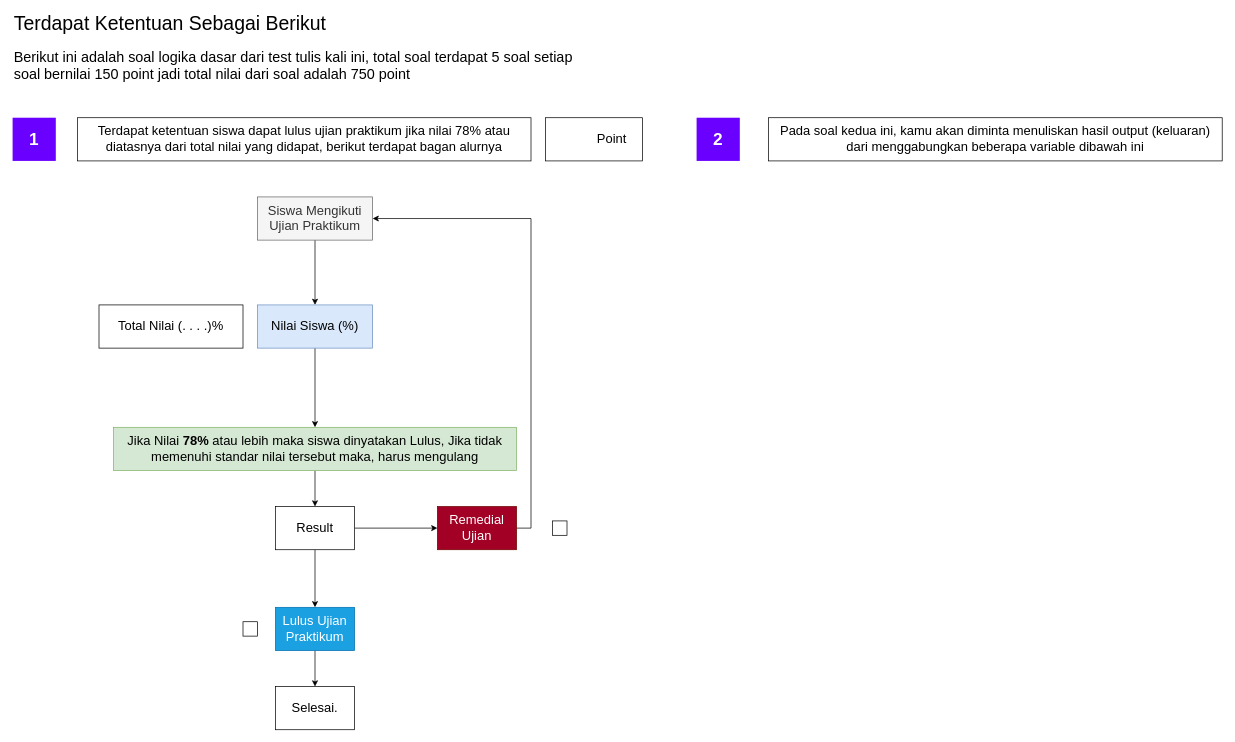
Earlier version of the draw.io diagram soal-ppbd-siswa.drawio (codedadu/Quiz-PPBD). Source tidied: cells renumbered, new cells numbered last; positions are measured from the earlier drawing's top-left corner, leaving out a move shared by most shapes. Both pictures are drawn from the tidied source at 72%, with x=0, y=0 at pixel (12, 17).
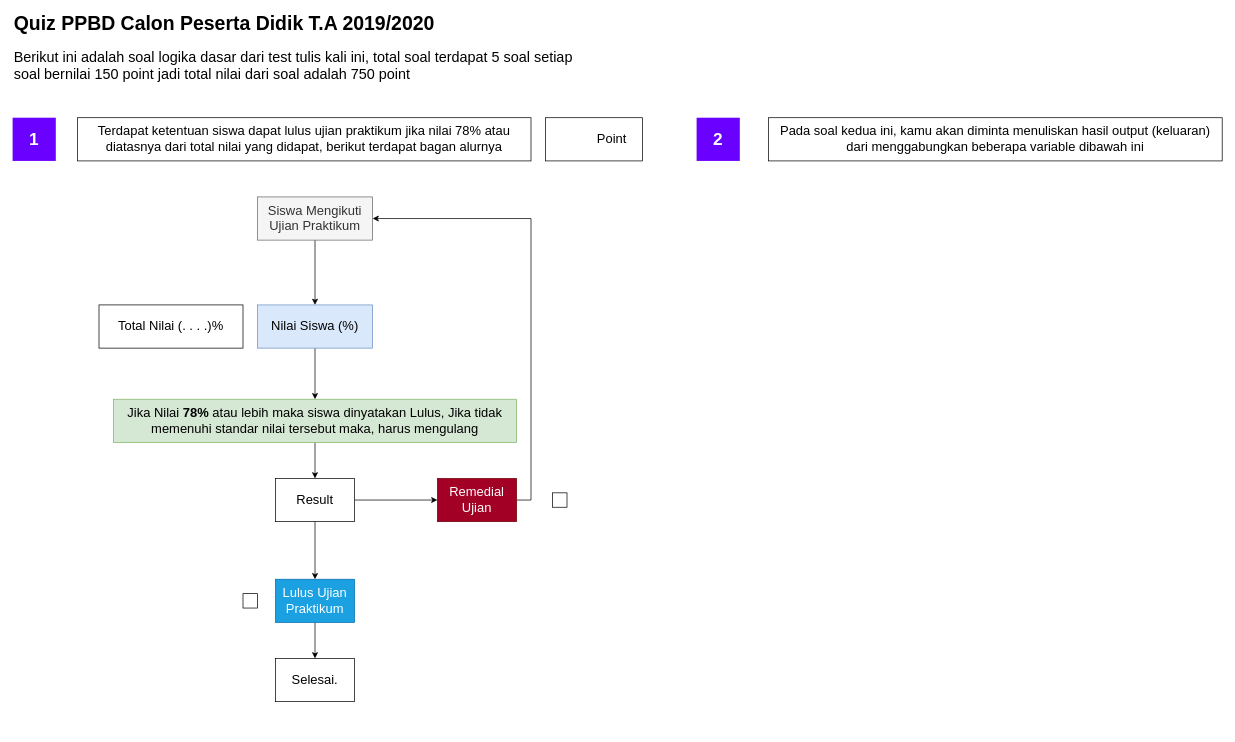
After the change.

Commit message (it also covers changes not shown here):
Soal PPBD Tahun Ajarang 2019-2020 Gelombang 1 | Build 2

Diff of the diagram source:
```diff
@@
-    <mxCell id="2" value="Terdapat Ketentuan Sebagai Berikut" style="text;html=1;strokeColor=none;fillColor=none;align=left;verticalAlign=middle;whiteSpace=wrap;rounded=0;fontSize=27;" parent="1" vertex="1">
-      <mxGeometry width="460" height="20" as="geometry" />
+    <mxCell id="2" value="Quiz PPBD Calon Peserta Didik T.A 2019/2020" style="text;html=1;strokeColor=none;fillColor=none;align=left;verticalAlign=middle;whiteSpace=wrap;rounded=0;fontSize=27;fontStyle=1;" parent="1" vertex="1">
+      <mxGeometry width="620" height="20" as="geometry" />
     </mxCell>
@@
     <mxCell id="9" value="Jika Nilai &lt;b&gt;78%&lt;/b&gt; atau lebih maka siswa dinyatakan Lulus, Jika tidak memenuhi standar nilai tersebut maka, harus mengulang" style="rounded=0;whiteSpace=wrap;html=1;fontSize=18;align=center;fontStyle=0;fillColor=#d5e8d4;strokeColor=#82b366;" parent="1" vertex="1">
-      <mxGeometry x="140" y="570" width="560" height="60" as="geometry" />
+      <mxGeometry x="140" y="531" width="560" height="60" as="geometry" />
     </mxCell>
@@
     <mxCell id="12" value="Result" style="rounded=0;whiteSpace=wrap;html=1;fontSize=18;align=center;fontStyle=0;" parent="1" vertex="1">
-      <mxGeometry x="365" y="680" width="110" height="60" as="geometry" />
+      <mxGeometry x="365" y="641" width="110" height="60" as="geometry" />
     </mxCell>
@@
     <mxCell id="14" value="Lulus Ujian Praktikum" style="rounded=0;whiteSpace=wrap;html=1;fontSize=18;align=center;fontStyle=0;fillColor=#1ba1e2;strokeColor=#006EAF;fontColor=#ffffff;" parent="1" vertex="1">
-      <mxGeometry x="365" y="820" width="110" height="60" as="geometry" />
+      <mxGeometry x="365" y="781" width="110" height="60" as="geometry" />
     </mxCell>
@@
     <mxCell id="16" value="Remedial Ujian" style="rounded=0;whiteSpace=wrap;html=1;fontSize=18;align=center;fontStyle=0;fillColor=#a20025;strokeColor=#6F0000;fontColor=#ffffff;" parent="1" vertex="1">
-      <mxGeometry x="590" y="680" width="110" height="60" as="geometry" />
+      <mxGeometry x="590" y="641" width="110" height="60" as="geometry" />
     </mxCell>
@@
     <mxCell id="19" value="Selesai." style="rounded=0;whiteSpace=wrap;html=1;fontSize=18;align=center;fontStyle=0;" parent="1" vertex="1">
-      <mxGeometry x="365" y="930" width="110" height="60" as="geometry" />
+      <mxGeometry x="365" y="891" width="110" height="60" as="geometry" />
     </mxCell>
     <mxCell id="20" style="rounded=0;whiteSpace=wrap;html=1;fontSize=18;align=center;fontStyle=0;" parent="1" vertex="1">
-      <mxGeometry x="750" y="700" width="20" height="20" as="geometry" />
+      <mxGeometry x="750" y="661" width="20" height="20" as="geometry" />
     </mxCell>
     <mxCell id="21" style="rounded=0;whiteSpace=wrap;html=1;fontSize=18;align=center;fontStyle=0;" parent="1" vertex="1">
-      <mxGeometry x="320" y="840" width="20" height="20" as="geometry" />
+      <mxGeometry x="320" y="801" width="20" height="20" as="geometry" />
     </mxCell>
```
